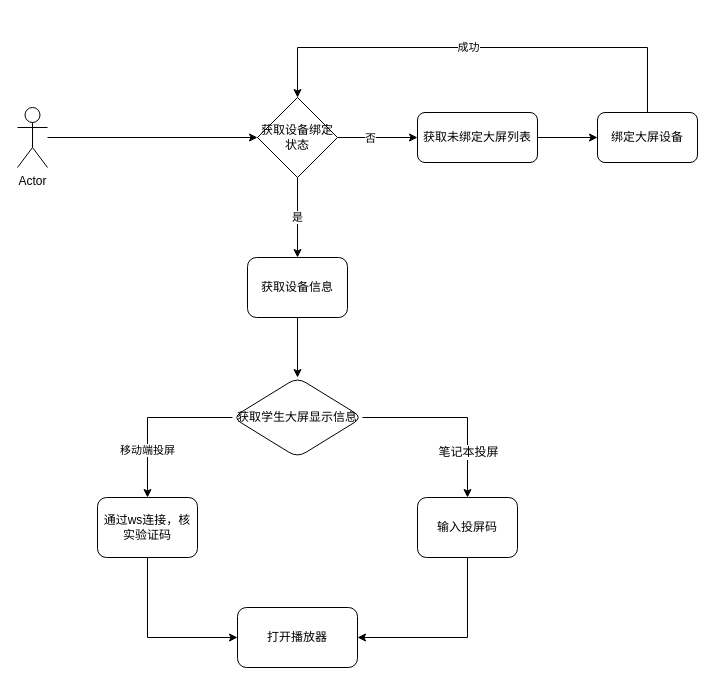
Above: Untitled Diagram.drawio in jonly/documents (draw.io), before the change. Source tidied: cells renumbered, new cells numbered last; positions are measured from the earlier drawing's top-left corner, leaving out a move shared by most shapes. Both pictures are drawn from the tidied source at 100%, with x=0, y=0 at pixel (17, 47).
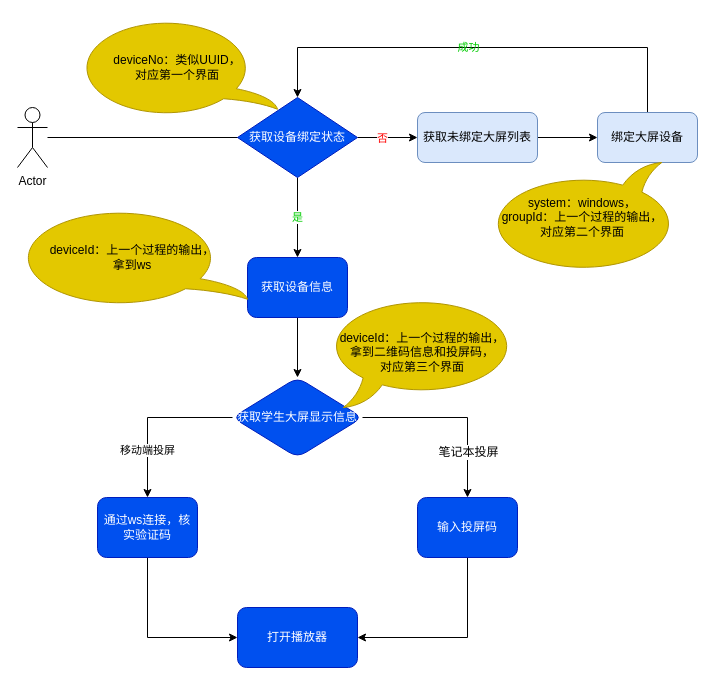
After the change.

The change refers to these unchanged cells:
```xml
<mxCell id="10" style="edgeStyle=orthogonalEdgeStyle;rounded=0;jettySize=auto;html=1;exitX=1;exitY=0.5;exitDx=0;exitDy=0;entryX=0;entryY=0.5;entryDx=0;entryDy=0;" parent="1" edge="1" source="12" target="6">
  <mxGeometry relative="1" as="geometry" />
</mxCell>
```

The edit, as a diff of the source:
```diff
@@
-    <mxCell id="4" value="成功" style="edgeStyle=orthogonalEdgeStyle;rounded=0;jettySize=auto;html=1;exitX=0.5;exitY=0;exitDx=0;exitDy=0;entryX=0.5;entryY=0;entryDx=0;entryDy=0;" parent="1" edge="1" source="14" target="12">
+    <mxCell id="4" value="成功" style="edgeStyle=orthogonalEdgeStyle;rounded=0;jettySize=auto;html=1;exitX=0.5;exitY=0;exitDx=0;exitDy=0;entryX=0.5;entryY=0;entryDx=0;entryDy=0;fontColor=#00CC00;labelBackgroundColor=none;" parent="1" edge="1" source="14" target="12">
       <mxGeometry x="0.05" relative="1" as="geometry">
         <Array as="points">
           <mxPoint x="630" />
           <mxPoint x="280" />
         </Array>
       </mxGeometry>
     </mxCell>
@@
-    <mxCell id="6" value="获取未绑定大屏列表" style="rounded=1;whiteSpace=wrap;html=1;" parent="1" vertex="1">
+    <mxCell id="6" value="获取未绑定大屏列表" style="rounded=1;whiteSpace=wrap;html=1;fillColor=#dae8fc;strokeColor=#6c8ebf;" parent="1" vertex="1">
       <mxGeometry x="400" y="65" width="120" height="50" as="geometry" />
     </mxCell>
@@
-    <mxCell id="8" value="获取设备信息" style="rounded=1;whiteSpace=wrap;html=1;" parent="1" vertex="1">
+    <mxCell id="8" value="获取设备信息" style="rounded=1;whiteSpace=wrap;html=1;fillColor=#0050ef;fontColor=#ffffff;strokeColor=#001DBC;" parent="1" vertex="1">
       <mxGeometry x="230" y="210" width="100" height="60" as="geometry" />
     </mxCell>
-    <mxCell id="9" value="是" style="edgeStyle=orthogonalEdgeStyle;rounded=0;jettySize=auto;html=1;exitX=0.5;exitY=1;exitDx=0;exitDy=0;entryX=0.5;entryY=0;entryDx=0;entryDy=0;" parent="1" edge="1" source="12" target="8">
+    <mxCell id="9" value="是" style="edgeStyle=orthogonalEdgeStyle;rounded=0;jettySize=auto;html=1;exitX=0.5;exitY=1;exitDx=0;exitDy=0;entryX=0.5;entryY=0;entryDx=0;entryDy=0;fontColor=#00CC00;" parent="1" edge="1" source="12" target="8">
       <mxGeometry relative="1" as="geometry" />
     </mxCell>
@@
-    <mxCell id="11" value="否" style="edgeLabel;html=1;align=center;verticalAlign=middle;" parent="10" vertex="1">
+    <mxCell id="11" value="否" style="edgeLabel;html=1;align=center;verticalAlign=middle;fontColor=#FF0000;" parent="10" vertex="1">
       <mxGeometry x="-0.19" y="1" relative="1" as="geometry">
         <mxPoint y="1" as="offset" />
       </mxGeometry>
     </mxCell>
-    <mxCell id="12" value="&lt;span style=&quot;&quot;&gt;获取设备绑定状态&lt;/span&gt;" style="rhombus;whiteSpace=wrap;html=1;" parent="1" vertex="1">
-      <mxGeometry x="240" y="50" width="80" height="80" as="geometry" />
+    <mxCell id="12" value="&lt;span style=&quot;&quot;&gt;获取设备绑定状态&lt;/span&gt;" style="rhombus;whiteSpace=wrap;html=1;fillColor=#0050ef;fontColor=#ffffff;strokeColor=#001DBC;" parent="1" vertex="1">
+      <mxGeometry x="220" y="50" width="120" height="80" as="geometry" />
     </mxCell>
@@
-    <mxCell id="14" value="绑定大屏设备" style="rounded=1;whiteSpace=wrap;html=1;" parent="1" vertex="1">
+    <mxCell id="14" value="绑定大屏设备" style="rounded=1;whiteSpace=wrap;html=1;fillColor=#dae8fc;strokeColor=#6c8ebf;" parent="1" vertex="1">
       <mxGeometry x="580" y="65" width="100" height="50" as="geometry" />
     </mxCell>
@@
-    <mxCell id="16" value="通过ws连接，核实验证码" style="rounded=1;whiteSpace=wrap;html=1;" parent="1" vertex="1">
+    <mxCell id="16" value="通过ws连接，核实验证码" style="rounded=1;whiteSpace=wrap;html=1;fillColor=#0050ef;fontColor=#ffffff;strokeColor=#001DBC;" parent="1" vertex="1">
       <mxGeometry x="80" y="450" width="100" height="60" as="geometry" />
     </mxCell>
-    <mxCell id="17" value="&lt;span style=&quot;&quot;&gt;获取学生大屏显示信息&lt;/span&gt;" style="rhombus;whiteSpace=wrap;html=1;rounded=1;fontFamily=Helvetica;fontSize=12;fontColor=default;strokeColor=default;fillColor=default;" parent="1" vertex="1">
+    <mxCell id="17" value="&lt;span style=&quot;&quot;&gt;获取学生大屏显示信息&lt;/span&gt;" style="rhombus;whiteSpace=wrap;html=1;rounded=1;fontFamily=Helvetica;fontSize=12;fontColor=#ffffff;strokeColor=#001DBC;fillColor=#0050ef;" parent="1" vertex="1">
       <mxGeometry x="215" y="330" width="130" height="80" as="geometry" />
     </mxCell>
@@
-    <mxCell id="19" value="输入投屏码" style="rounded=1;whiteSpace=wrap;html=1;" parent="1" vertex="1">
+    <mxCell id="19" value="输入投屏码" style="rounded=1;whiteSpace=wrap;html=1;fillColor=#0050ef;fontColor=#ffffff;strokeColor=#001DBC;" parent="1" vertex="1">
       <mxGeometry x="400" y="450" width="100" height="60" as="geometry" />
     </mxCell>
@@
-    <mxCell id="22" value="打开播放器" style="rounded=1;whiteSpace=wrap;html=1;fontFamily=Helvetica;fontSize=12;fontColor=default;strokeColor=default;fillColor=default;" parent="1" vertex="1">
+    <mxCell id="22" value="打开播放器" style="rounded=1;whiteSpace=wrap;html=1;fontFamily=Helvetica;fontSize=12;fontColor=#ffffff;strokeColor=#001DBC;fillColor=#0050ef;" parent="1" vertex="1">
       <mxGeometry x="220" y="560" width="120" height="60" as="geometry" />
     </mxCell>
+    <mxCell id="23" value="deviceNo：类似UUID，&lt;br&gt;对应第一个界面" style="whiteSpace=wrap;html=1;shape=mxgraph.basic.oval_callout;rounded=1;fontFamily=Helvetica;fontSize=12;fontColor=#000000;strokeColor=#B09500;fillColor=#e3c800;direction=north;" parent="1" vertex="1">
+      <mxGeometry x="60" y="-30" width="200" height="100" as="geometry" />
+    </mxCell>
+    <mxCell id="24" value="system：windows，&lt;br&gt;groupId：上一个过程的输出，&lt;br&gt;对应第二个界面" style="whiteSpace=wrap;html=1;shape=mxgraph.basic.oval_callout;rounded=1;fontFamily=Helvetica;fontSize=12;fontColor=#000000;strokeColor=#B09500;fillColor=#e3c800;direction=west;" parent="1" vertex="1">
+      <mxGeometry x="470" y="115" width="190" height="110" as="geometry" />
+    </mxCell>
+    <mxCell id="25" value="deviceId：上一个过程的输出，&lt;br&gt;拿到ws" style="whiteSpace=wrap;html=1;shape=mxgraph.basic.oval_callout;rounded=1;fontFamily=Helvetica;fontSize=12;fontColor=#000000;strokeColor=#B09500;fillColor=#e3c800;direction=north;" parent="1" vertex="1">
+      <mxGeometry y="160" width="230" height="100" as="geometry" />
+    </mxCell>
+    <mxCell id="26" value="deviceId：上一个过程的输出，&lt;br&gt;拿到二维码信息和投屏码，&lt;br&gt;对应第三个界面" style="whiteSpace=wrap;html=1;shape=mxgraph.basic.oval_callout;rounded=1;fontFamily=Helvetica;fontSize=12;fontColor=#000000;strokeColor=#B09500;fillColor=#e3c800;direction=east;" parent="1" vertex="1">
+      <mxGeometry x="310" y="250" width="190" height="110" as="geometry" />
+    </mxCell>
```
